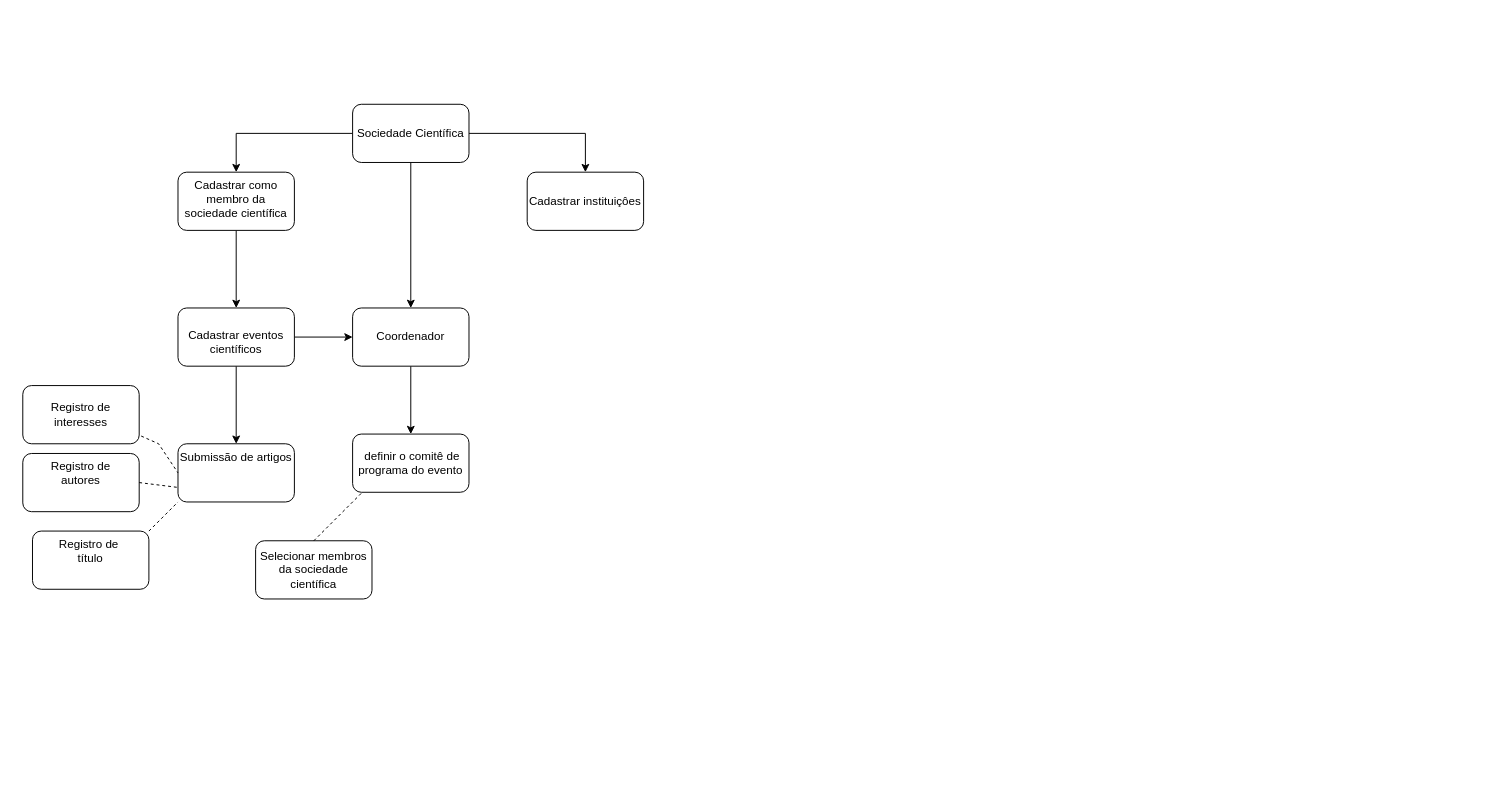
medinajk/estudo-de-caso keeps this draw.io diagram as Sociedade Científica.drawio. Above is the earlier version. Source tidied: cells renumbered, new cells numbered last; positions are measured from the earlier drawing's top-left corner, leaving out a move shared by most shapes. Both pictures are drawn from the tidied source at 97%, with x=0, y=0 at pixel (22, 104).
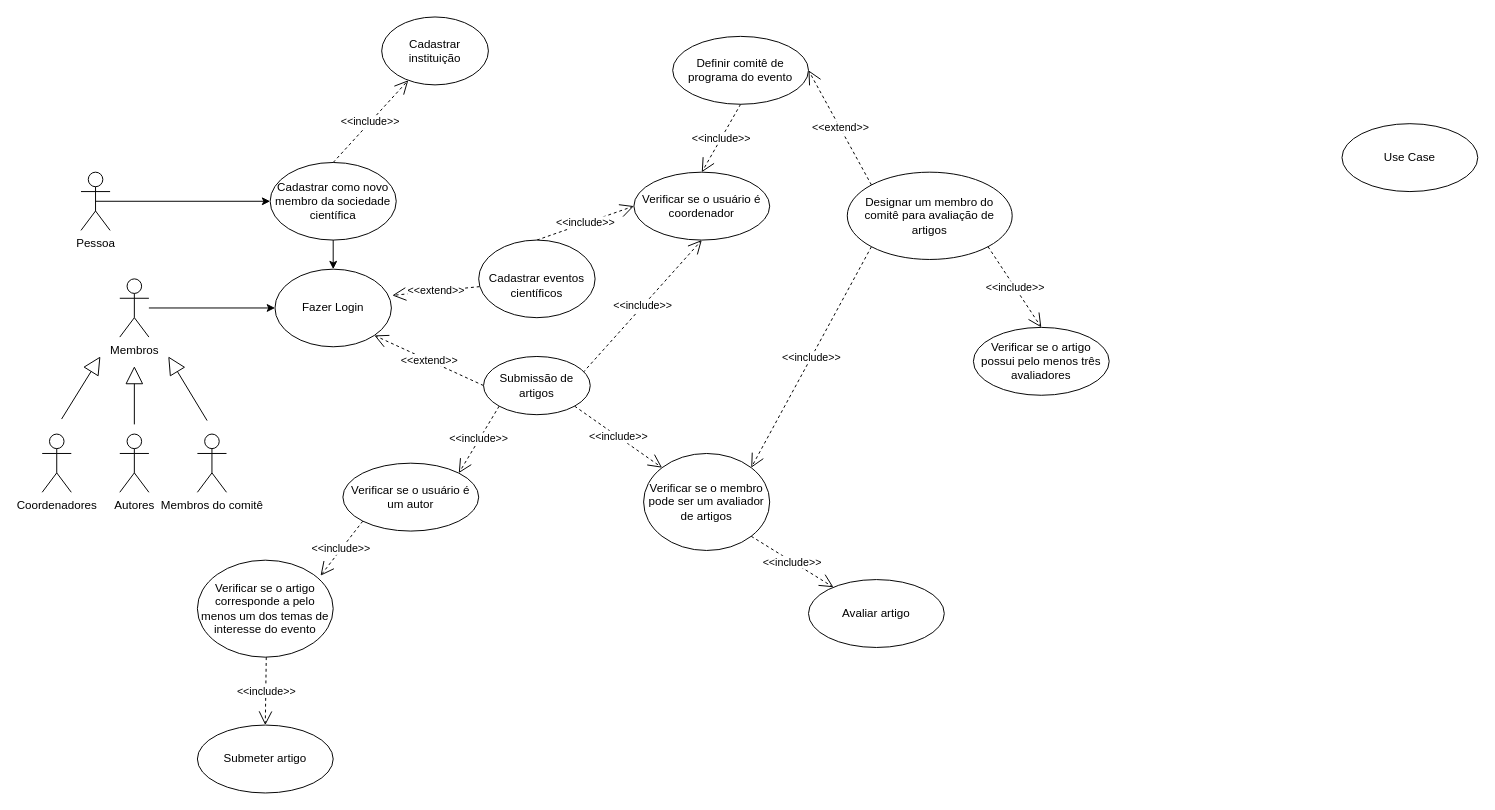
The same page after the edit.

What changed in the source:
```diff
@@
-    <mxCell id="2" style="edgeStyle=orthogonalEdgeStyle;rounded=0;jettySize=auto;html=1;" parent="1" edge="1" source="3" target="11">
-      <mxGeometry relative="1" as="geometry" />
-    </mxCell>
-    <mxCell id="3" value="Cadastrar como membro da sociedade científica" style="rounded=1;whiteSpace=wrap;html=1;verticalAlign=top;" parent="1" vertex="1">
-      <mxGeometry x="160" y="70" width="120" height="60" as="geometry" />
-    </mxCell>
-    <mxCell id="4" style="edgeStyle=orthogonalEdgeStyle;rounded=0;jettySize=auto;html=1;" parent="1" edge="1" source="7" target="3">
-      <mxGeometry relative="1" as="geometry" />
-    </mxCell>
-    <mxCell id="5" style="edgeStyle=orthogonalEdgeStyle;rounded=0;jettySize=auto;html=1;" parent="1" edge="1" source="7" target="8">
-      <mxGeometry relative="1" as="geometry" />
-    </mxCell>
-    <mxCell id="6" style="edgeStyle=orthogonalEdgeStyle;rounded=0;jettySize=auto;html=1;" parent="1" edge="1" source="7" target="14">
-      <mxGeometry relative="1" as="geometry" />
-    </mxCell>
-    <mxCell id="7" value="Sociedade Científica" style="rounded=1;whiteSpace=wrap;html=1;" parent="1" vertex="1">
-      <mxGeometry x="340" width="120" height="60" as="geometry" />
-    </mxCell>
-    <mxCell id="8" value="Cadastrar instituiçôes" style="whiteSpace=wrap;html=1;rounded=1;" parent="1" vertex="1">
-      <mxGeometry x="520" y="70" width="120" height="60" as="geometry" />
-    </mxCell>
-    <mxCell id="9" style="edgeStyle=orthogonalEdgeStyle;rounded=0;jettySize=auto;html=1;" parent="1" edge="1" source="11" target="12">
-      <mxGeometry relative="1" as="geometry" />
-    </mxCell>
-    <mxCell id="10" style="edgeStyle=orthogonalEdgeStyle;rounded=0;jettySize=auto;html=1;" parent="1" edge="1" source="11" target="14">
-      <mxGeometry relative="1" as="geometry" />
-    </mxCell>
+    <mxCell id="19" style="edgeStyle=orthogonalEdgeStyle;rounded=0;orthogonalLoop=1;jettySize=auto;html=1;exitX=0.5;exitY=1;exitDx=0;exitDy=0;" parent="1" edge="1">
+      <mxGeometry relative="1" as="geometry">
+        <mxPoint x="70" y="500" as="sourcePoint" />
+        <mxPoint x="70" y="500" as="targetPoint" />
+      </mxGeometry>
+    </mxCell>
+    <mxCell id="25" value="Pessoa" style="shape=umlActor;verticalLabelPosition=bottom;verticalAlign=top;html=1;outlineConnect=0;" parent="1" vertex="1">
+      <mxGeometry x="60" y="70" width="30" height="60" as="geometry" />
+    </mxCell>
+    <mxCell id="26" value="Coordenadores" style="shape=umlActor;verticalLabelPosition=bottom;verticalAlign=top;html=1;" parent="1" vertex="1">
+      <mxGeometry x="20" y="340" width="30" height="60" as="geometry" />
+    </mxCell>
+    <mxCell id="27" value="&amp;lt;&amp;lt;include&amp;gt;&amp;gt;" style="endArrow=open;endSize=12;dashed=1;html=1;rounded=0;exitX=0.5;exitY=0;exitDx=0;exitDy=0;" parent="1" edge="1" source="38" target="37">
+      <mxGeometry relative="1" as="geometry" />
+    </mxCell>
+    <mxCell id="28" style="endArrow=classic;html=1;rounded=0;exitX=0.5;exitY=0.5;exitDx=0;exitDy=0;exitPerimeter=0;" parent="1" edge="1" source="25" target="38">
+      <mxGeometry relative="1" as="geometry" />
+    </mxCell>
+    <mxCell id="29" style="endArrow=classic;html=1;rounded=0;entryX=0.5;entryY=0;entryDx=0;entryDy=0;exitX=0.5;exitY=1;exitDx=0;exitDy=0;" parent="1" edge="1" source="38" target="39">
+      <mxGeometry relative="1" as="geometry" />
+    </mxCell>
+    <mxCell id="30" value="Autores" style="shape=umlActor;verticalLabelPosition=bottom;verticalAlign=top;html=1;" parent="1" vertex="1">
+      <mxGeometry x="100" y="340" width="30" height="60" as="geometry" />
+    </mxCell>
+    <mxCell id="31" value="&amp;lt;&amp;lt;extend&amp;gt;&amp;gt;" style="endArrow=open;endSize=12;dashed=1;html=1;rounded=0;exitX=0.008;exitY=0.6;exitDx=0;exitDy=0;entryX=1.008;entryY=0.338;entryDx=0;entryDy=0;entryPerimeter=0;exitPerimeter=0;" parent="1" edge="1" source="11" target="39">
+      <mxGeometry x="-0.01" relative="1" as="geometry" />
+    </mxCell>
+    <mxCell id="32" value="&amp;lt;&amp;lt;include&amp;gt;&amp;gt;" style="endArrow=open;endSize=12;dashed=1;html=1;rounded=0;exitX=0;exitY=1;exitDx=0;exitDy=0;entryX=0.907;entryY=0.16;entryDx=0;entryDy=0;entryPerimeter=0;" parent="1" edge="1" source="53" target="40">
+      <mxGeometry relative="1" as="geometry" />
+    </mxCell>
+    <mxCell id="33" value="&amp;lt;&amp;lt;include&amp;gt;&amp;gt;" style="endArrow=open;endSize=12;dashed=1;html=1;rounded=0;exitX=0.5;exitY=0;exitDx=0;exitDy=0;entryX=0;entryY=0.5;entryDx=0;entryDy=0;" parent="1" edge="1" source="11" target="44">
+      <mxGeometry relative="1" as="geometry" />
+    </mxCell>
+    <mxCell id="34" value="&amp;lt;&amp;lt;extend&amp;gt;&amp;gt;" style="endArrow=open;endSize=12;dashed=1;html=1;rounded=0;exitX=0;exitY=0.5;exitDx=0;exitDy=0;entryX=1;entryY=1;entryDx=0;entryDy=0;" parent="1" edge="1" source="12" target="39">
+      <mxGeometry relative="1" as="geometry" />
+    </mxCell>
+    <mxCell id="35" value="&amp;lt;&amp;lt;include&amp;gt;&amp;gt;" style="endArrow=open;endSize=12;dashed=1;html=1;rounded=0;exitX=0.933;exitY=0.275;exitDx=0;exitDy=0;entryX=0.5;entryY=1;entryDx=0;entryDy=0;exitPerimeter=0;" parent="1" edge="1" source="12" target="44">
+      <mxGeometry relative="1" as="geometry" />
+    </mxCell>
+    <mxCell id="36" value="&amp;lt;&amp;lt;extend&amp;gt;&amp;gt;" style="endArrow=open;endSize=12;dashed=1;html=1;rounded=0;exitX=0;exitY=0;exitDx=0;exitDy=0;entryX=1;entryY=0.5;entryDx=0;entryDy=0;" parent="1" edge="1" source="47" target="46">
+      <mxGeometry relative="1" as="geometry" />
+    </mxCell>
+    <mxCell id="37" value="&lt;div&gt;&lt;span style=&quot;background-color: initial;&quot;&gt;Cadastrar instituição&lt;/span&gt;&lt;br&gt;&lt;/div&gt;" style="ellipse;whiteSpace=wrap;html=1;" parent="1" vertex="1">
+      <mxGeometry x="370" y="-90" width="110" height="70" as="geometry" />
+    </mxCell>
+    <mxCell id="38" value="Cadastrar como novo membro da sociedade científica" style="ellipse;whiteSpace=wrap;html=1;" parent="1" vertex="1">
+      <mxGeometry x="255" y="60" width="130" height="80" as="geometry" />
+    </mxCell>
+    <mxCell id="39" value="Fazer Login" style="ellipse;whiteSpace=wrap;html=1;" parent="1" vertex="1">
+      <mxGeometry x="260" y="170" width="120" height="80" as="geometry" />
+    </mxCell>
-    <mxCell id="11" value="&lt;div&gt;&lt;br&gt;&lt;/div&gt;Cadastrar eventos científicos" style="whiteSpace=wrap;html=1;verticalAlign=top;rounded=1;" parent="1" vertex="1">
-      <mxGeometry x="160" y="210" width="120" height="60" as="geometry" />
+    <mxCell id="11" value="&lt;div&gt;&lt;br&gt;&lt;/div&gt;&lt;div&gt;Cadastrar eventos científicos&lt;br&gt;&lt;/div&gt;" style="ellipse;whiteSpace=wrap;html=1;" parent="1" vertex="1">
+      <mxGeometry x="470" y="140" width="120" height="80" as="geometry" />
     </mxCell>
-    <mxCell id="12" value="Submissão de artigos" style="whiteSpace=wrap;html=1;verticalAlign=top;rounded=1;" parent="1" vertex="1">
-      <mxGeometry x="160" y="350" width="120" height="60" as="geometry" />
+    <mxCell id="12" value="&lt;div&gt;&lt;span style=&quot;background-color: initial;&quot;&gt;Submissão de artigos&lt;/span&gt;&lt;br&gt;&lt;/div&gt;" style="ellipse;whiteSpace=wrap;html=1;" parent="1" vertex="1">
+      <mxGeometry x="475" y="260" width="110" height="60" as="geometry" />
     </mxCell>
-    <mxCell id="13" style="edgeStyle=orthogonalEdgeStyle;rounded=0;jettySize=auto;html=1;" parent="1" edge="1" source="14" target="15">
-      <mxGeometry relative="1" as="geometry">
-        <Array as="points">
-          <mxPoint x="400" y="370" />
-          <mxPoint x="400" y="370" />
-        </Array>
-      </mxGeometry>
-    </mxCell>
-    <mxCell id="14" value="Coordenador" style="whiteSpace=wrap;html=1;rounded=1;" parent="1" vertex="1">
-      <mxGeometry x="340" y="210" width="120" height="60" as="geometry" />
-    </mxCell>
-    <mxCell id="15" value="&amp;nbsp;definir o comitê de programa do evento" style="whiteSpace=wrap;html=1;rounded=1;" parent="1" vertex="1">
-      <mxGeometry x="340" y="340" width="120" height="60" as="geometry" />
-    </mxCell>
-    <mxCell id="16" value="Selecionar membros da sociedade científica" style="whiteSpace=wrap;html=1;rounded=1;" parent="1" vertex="1">
-      <mxGeometry x="240" y="450" width="120" height="60" as="geometry" />
-    </mxCell>
-    <mxCell id="17" value="&lt;div&gt;Registro de&amp;nbsp;&lt;/div&gt;&lt;div&gt;título&lt;/div&gt;" style="whiteSpace=wrap;html=1;verticalAlign=top;rounded=1;" parent="1" vertex="1">
-      <mxGeometry x="10" y="440" width="120" height="60" as="geometry" />
-    </mxCell>
-    <mxCell id="18" value="Registro de&lt;div&gt;autores&lt;/div&gt;&lt;div&gt;&lt;br&gt;&lt;/div&gt;" style="whiteSpace=wrap;html=1;verticalAlign=top;rounded=1;" parent="1" vertex="1">
-      <mxGeometry y="360" width="120" height="60" as="geometry" />
-    </mxCell>
-    <mxCell id="19" style="edgeStyle=orthogonalEdgeStyle;rounded=0;orthogonalLoop=1;jettySize=auto;html=1;exitX=0.5;exitY=1;exitDx=0;exitDy=0;" parent="1" edge="1" source="17" target="17">
-      <mxGeometry relative="1" as="geometry" />
-    </mxCell>
-    <mxCell id="20" style="endArrow=none;dashed=1;html=1;rounded=0;entryX=0;entryY=0.75;entryDx=0;entryDy=0;exitX=1;exitY=0.5;exitDx=0;exitDy=0;" parent="1" edge="1" source="18" target="12">
-      <mxGeometry relative="1" as="geometry" />
-    </mxCell>
-    <mxCell id="21" style="endArrow=none;dashed=1;html=1;rounded=0;entryX=0;entryY=1;entryDx=0;entryDy=0;" parent="1" edge="1" target="12">
-      <mxGeometry relative="1" as="geometry">
-        <mxPoint x="130" y="440" as="sourcePoint" />
-      </mxGeometry>
-    </mxCell>
-    <mxCell id="22" value="Registro de interesses" style="rounded=1;whiteSpace=wrap;html=1;" parent="1" vertex="1">
-      <mxGeometry y="290" width="120" height="60" as="geometry" />
-    </mxCell>
-    <mxCell id="23" style="endArrow=none;dashed=1;html=1;rounded=0;entryX=0;entryY=0.5;entryDx=0;entryDy=0;exitX=1.017;exitY=0.867;exitDx=0;exitDy=0;exitPerimeter=0;" parent="1" edge="1" source="22" target="12">
-      <mxGeometry relative="1" as="geometry">
-        <Array as="points">
-          <mxPoint x="140" y="350" />
-        </Array>
-      </mxGeometry>
-    </mxCell>
-    <mxCell id="24" style="endArrow=none;dashed=1;html=1;rounded=0;" parent="1" edge="1">
-      <mxGeometry relative="1" as="geometry">
-        <mxPoint x="300" y="450" as="sourcePoint" />
-        <mxPoint x="350" y="400" as="targetPoint" />
-      </mxGeometry>
-    </mxCell>
+    <mxCell id="40" value="Verificar se o artigo corresponde a pelo menos um dos temas de interesse do evento" style="ellipse;whiteSpace=wrap;html=1;" parent="1" vertex="1">
+      <mxGeometry x="180" y="470" width="140" height="100" as="geometry" />
+    </mxCell>
+    <mxCell id="41" value="Verificar se o membro pode ser um avaliador de artigos" style="ellipse;whiteSpace=wrap;html=1;" parent="1" vertex="1">
+      <mxGeometry x="640" y="360" width="130" height="100" as="geometry" />
+    </mxCell>
+    <mxCell id="42" value="&amp;lt;&amp;lt;include&amp;gt;&amp;gt;" style="endArrow=open;endSize=12;dashed=1;html=1;rounded=0;entryX=0;entryY=0;entryDx=0;entryDy=0;exitX=1;exitY=1;exitDx=0;exitDy=0;" parent="1" edge="1" source="12" target="41">
+      <mxGeometry relative="1" as="geometry" />
+    </mxCell>
+    <mxCell id="43" value="Use Case" style="ellipse;whiteSpace=wrap;html=1;" parent="1" vertex="1">
+      <mxGeometry x="1360" y="20" width="140" height="70" as="geometry" />
+    </mxCell>
+    <mxCell id="44" value="Verificar se o usuário é coordenador" style="ellipse;whiteSpace=wrap;html=1;" parent="1" vertex="1">
+      <mxGeometry x="630" y="70" width="140" height="70" as="geometry" />
+    </mxCell>
+    <mxCell id="45" value="&amp;lt;&amp;lt;include&amp;gt;&amp;gt;" style="endArrow=open;endSize=12;dashed=1;html=1;rounded=0;exitX=0.5;exitY=1;exitDx=0;exitDy=0;entryX=0.5;entryY=0;entryDx=0;entryDy=0;" parent="1" edge="1" source="46" target="44">
+      <mxGeometry relative="1" as="geometry" />
+    </mxCell>
+    <mxCell id="46" value="Definir comitê de programa do evento" style="ellipse;whiteSpace=wrap;html=1;" parent="1" vertex="1">
+      <mxGeometry x="670" y="-70" width="140" height="70" as="geometry" />
+    </mxCell>
+    <mxCell id="47" value="Designar um membro do comitê para avaliação de artigos" style="ellipse;whiteSpace=wrap;html=1;" parent="1" vertex="1">
+      <mxGeometry x="850" y="70" width="170" height="90" as="geometry" />
+    </mxCell>
+    <mxCell id="48" style="endArrow=classic;html=1;rounded=0;entryX=0;entryY=0.5;entryDx=0;entryDy=0;" parent="1" edge="1" source="55" target="39">
+      <mxGeometry relative="1" as="geometry" />
+    </mxCell>
+    <mxCell id="49" value="&amp;lt;&amp;lt;include&amp;gt;&amp;gt;" style="endArrow=open;endSize=12;dashed=1;html=1;rounded=0;exitX=0;exitY=1;exitDx=0;exitDy=0;entryX=1;entryY=0;entryDx=0;entryDy=0;" parent="1" edge="1" source="47" target="41">
+      <mxGeometry relative="1" as="geometry" />
+    </mxCell>
+    <mxCell id="50" value="Verificar se o artigo possui pelo menos três avaliadores" style="ellipse;whiteSpace=wrap;html=1;" parent="1" vertex="1">
+      <mxGeometry x="980" y="230" width="140" height="70" as="geometry" />
+    </mxCell>
+    <mxCell id="51" value="&amp;lt;&amp;lt;include&amp;gt;&amp;gt;" style="endArrow=open;endSize=12;dashed=1;html=1;rounded=0;exitX=1;exitY=1;exitDx=0;exitDy=0;entryX=0.5;entryY=0;entryDx=0;entryDy=0;" parent="1" edge="1" source="47" target="50">
+      <mxGeometry relative="1" as="geometry" />
+    </mxCell>
+    <mxCell id="52" value="Membros do comitê" style="shape=umlActor;verticalLabelPosition=bottom;verticalAlign=top;html=1;" parent="1" vertex="1">
+      <mxGeometry x="180" y="340" width="30" height="60" as="geometry" />
+    </mxCell>
+    <mxCell id="53" value="Verificar se o usuário é um autor" style="ellipse;whiteSpace=wrap;html=1;" parent="1" vertex="1">
+      <mxGeometry x="330" y="370" width="140" height="70" as="geometry" />
+    </mxCell>
+    <mxCell id="54" value="&amp;lt;&amp;lt;include&amp;gt;&amp;gt;" style="endArrow=open;endSize=12;dashed=1;html=1;rounded=0;exitX=0;exitY=1;exitDx=0;exitDy=0;entryX=1;entryY=0;entryDx=0;entryDy=0;" parent="1" edge="1" source="12" target="53">
+      <mxGeometry relative="1" as="geometry" />
+    </mxCell>
+    <mxCell id="55" value="Membros" style="shape=umlActor;verticalLabelPosition=bottom;verticalAlign=top;html=1;" parent="1" vertex="1">
+      <mxGeometry x="100" y="180" width="30" height="60" as="geometry" />
+    </mxCell>
+    <mxCell id="56" style="endArrow=block;endSize=16;endFill=0;html=1;rounded=0;" parent="1" edge="1">
+      <mxGeometry relative="1" as="geometry">
+        <mxPoint x="40" y="324.5" as="sourcePoint" />
+        <mxPoint x="80" y="260" as="targetPoint" />
+      </mxGeometry>
+    </mxCell>
+    <mxCell id="57" style="endArrow=block;endSize=16;endFill=0;html=1;rounded=0;" parent="1" edge="1">
+      <mxGeometry relative="1" as="geometry">
+        <mxPoint x="115" y="330" as="sourcePoint" />
+        <mxPoint x="115" y="270" as="targetPoint" />
+      </mxGeometry>
+    </mxCell>
+    <mxCell id="58" style="endArrow=block;endSize=16;endFill=0;html=1;rounded=0;" parent="1" edge="1">
+      <mxGeometry relative="1" as="geometry">
+        <mxPoint x="190" y="326.1" as="sourcePoint" />
+        <mxPoint x="150" y="260" as="targetPoint" />
+      </mxGeometry>
+    </mxCell>
+    <mxCell id="59" value="Submeter artigo" style="ellipse;whiteSpace=wrap;html=1;" parent="1" vertex="1">
+      <mxGeometry x="180" y="640" width="140" height="70" as="geometry" />
+    </mxCell>
+    <mxCell id="60" value="&amp;lt;&amp;lt;include&amp;gt;&amp;gt;" style="endArrow=open;endSize=12;dashed=1;html=1;rounded=0;exitX=0;exitY=1;exitDx=0;exitDy=0;entryX=0.5;entryY=0;entryDx=0;entryDy=0;" parent="1" edge="1" target="59">
+      <mxGeometry relative="1" as="geometry">
+        <mxPoint x="251" y="570" as="sourcePoint" />
+      </mxGeometry>
+    </mxCell>
+    <mxCell id="61" value="Avaliar artigo" style="ellipse;whiteSpace=wrap;html=1;" parent="1" vertex="1">
+      <mxGeometry x="810" y="490" width="140" height="70" as="geometry" />
+    </mxCell>
+    <mxCell id="62" value="&amp;lt;&amp;lt;include&amp;gt;&amp;gt;" style="endArrow=open;endSize=12;dashed=1;html=1;rounded=0;exitX=1;exitY=1;exitDx=0;exitDy=0;" parent="1" edge="1" source="41" target="61">
+      <mxGeometry relative="1" as="geometry" />
+    </mxCell>
```
